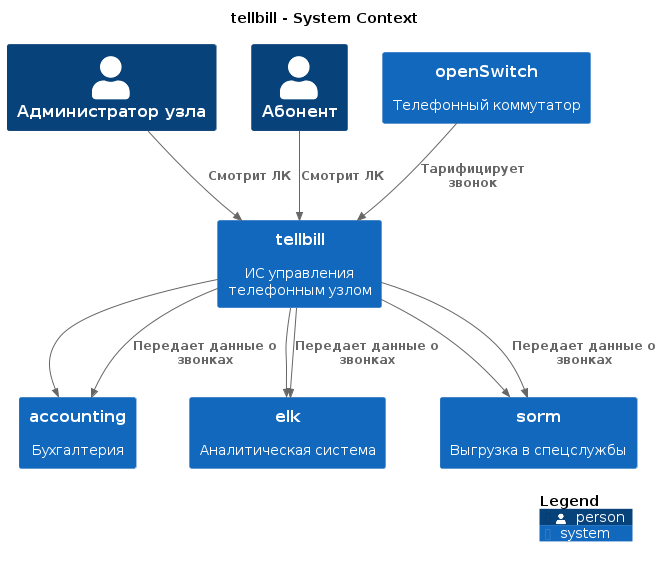
Earlier version of the PlantUML export out/docs/c4-dsl/plantuml/structurizr-tellbillServiceContext/structurizr-tellbillServiceContext.png (lfuuu/Diplom).
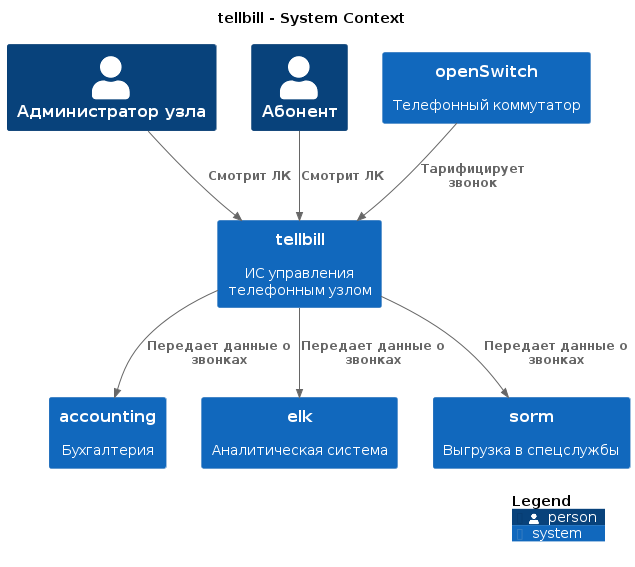
After the commit.

Change to the diagram source:
```diff
@@ -15,15 +15,12 @@
 System(sorm, "sorm", $descr="Выгрузка в спецслужбы", $tags="", $link="")
 System(tellbill, "tellbill", $descr="ИС управления телефонным узлом", $tags="", $link="")
 
-Rel(tellbill, elk, "", $techn="", $tags="", $link="")
-Rel(tellbill, sorm, "", $techn="", $tags="", $link="")
-Rel(tellbill, accounting, "", $techn="", $tags="", $link="")
+Rel(tellbill, elk, "Передает данные о звонках", $techn="", $tags="", $link="")
+Rel(tellbill, sorm, "Передает данные о звонках", $techn="", $tags="", $link="")
+Rel(tellbill, accounting, "Передает данные о звонках", $techn="", $tags="", $link="")
 Rel(openSwitch, tellbill, "Тарифицирует звонок", $techn="", $tags="", $link="")
 Rel(Абонент, tellbill, "Смотрит ЛК", $techn="", $tags="", $link="")
 Rel(Администраторузла, tellbill, "Смотрит ЛК", $techn="", $tags="", $link="")
-Rel(tellbill, accounting, "Передает данные о звонках", $techn="", $tags="", $link="")
-Rel(tellbill, sorm, "Передает данные о звонках", $techn="", $tags="", $link="")
-Rel(tellbill, elk, "Передает данные о звонках", $techn="", $tags="", $link="")
 
 SHOW_LEGEND(true)
 @enduml
```
